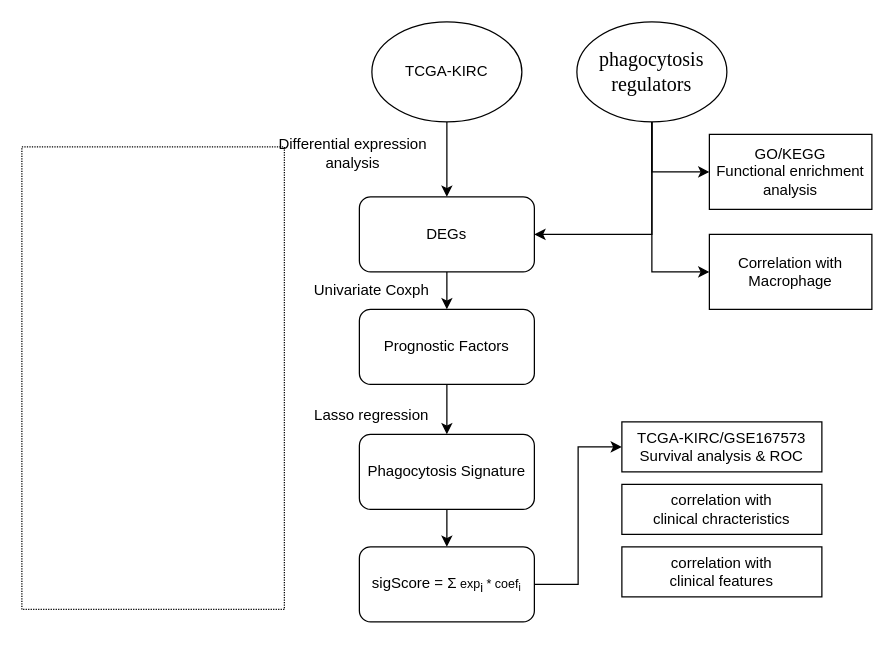
Above: Untitled Diagram.drawio in gnilihzeux/Bioinformatics_Pipeline (draw.io), before the change. Source tidied: cells renumbered, new cells numbered last; positions are measured from the earlier drawing's top-left corner, leaving out a move shared by most shapes. Both pictures are drawn from the tidied source at 125%, with x=0, y=0 at pixel (21, 21).
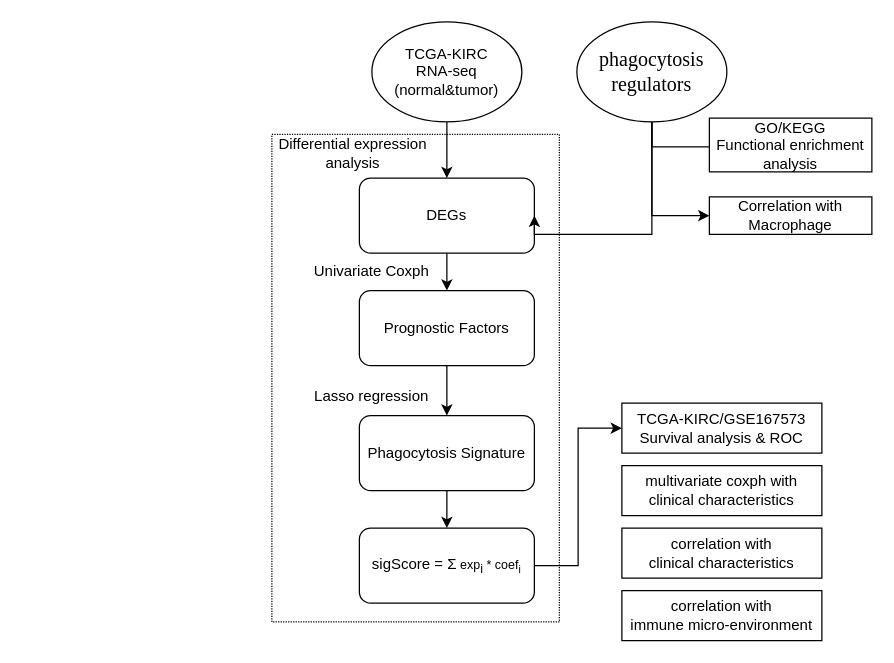
The same diagram, later.

What changed in the source:
```diff
@@
-    <mxCell id="3" value="TCGA-KIRC" style="ellipse;whiteSpace=wrap;html=1;" parent="1" vertex="1">
+    <mxCell id="3" value="TCGA-KIRC&lt;br&gt;RNA-seq&lt;br&gt;(normal&amp;amp;tumor)" style="ellipse;whiteSpace=wrap;html=1;" parent="1" vertex="1">
       <mxGeometry x="280" width="120" height="80" as="geometry" />
     </mxCell>
@@
     <mxCell id="5" value="DEGs" style="rounded=1;whiteSpace=wrap;html=1;" parent="1" vertex="1">
-      <mxGeometry x="270" y="140" width="140" height="60" as="geometry" />
+      <mxGeometry x="270" y="125" width="140" height="60" as="geometry" />
     </mxCell>
@@
     <mxCell id="11" value="Prognostic Factors&lt;br&gt;" style="rounded=1;whiteSpace=wrap;html=1;" parent="1" vertex="1">
-      <mxGeometry x="270" y="230" width="140" height="60" as="geometry" />
+      <mxGeometry x="270" y="215" width="140" height="60" as="geometry" />
     </mxCell>
@@
     <mxCell id="13" value="Phagocytosis Signature" style="whiteSpace=wrap;html=1;rounded=1;" parent="1" vertex="1">
-      <mxGeometry x="270" y="330" width="140" height="60" as="geometry" />
+      <mxGeometry x="270" y="315" width="140" height="60" as="geometry" />
     </mxCell>
@@
     <mxCell id="15" value="Univariate Coxph" style="text;html=1;strokeColor=none;fillColor=none;align=center;verticalAlign=middle;whiteSpace=wrap;rounded=0;" parent="1" vertex="1">
-      <mxGeometry x="230" y="200" width="100" height="30" as="geometry" />
+      <mxGeometry x="230" y="185" width="100" height="30" as="geometry" />
     </mxCell>
     <mxCell id="16" value="GO/KEGG&lt;br&gt;Functional enrichment analysis" style="whiteSpace=wrap;html=1;" parent="1" vertex="1">
-      <mxGeometry x="550" y="90" width="130" height="60" as="geometry" />
+      <mxGeometry x="550" y="77" width="130" height="43" as="geometry" />
     </mxCell>
     <mxCell id="17" value="Correlation with&lt;br&gt;Macrophage" style="whiteSpace=wrap;html=1;" parent="1" vertex="1">
-      <mxGeometry x="550" y="170" width="130" height="60" as="geometry" />
+      <mxGeometry x="550" y="140" width="130" height="30" as="geometry" />
     </mxCell>
     <mxCell id="18" value="Lasso regression" style="text;html=1;strokeColor=none;fillColor=none;align=center;verticalAlign=middle;whiteSpace=wrap;rounded=0;" parent="1" vertex="1">
-      <mxGeometry x="230" y="300" width="100" height="30" as="geometry" />
+      <mxGeometry x="230" y="285" width="100" height="30" as="geometry" />
     </mxCell>
@@
     <mxCell id="20" value="sigScore = Σ&lt;span style=&quot;font-size: 10px&quot;&gt;&amp;nbsp;&lt;/span&gt;&lt;span style=&quot;font-size: 10px&quot;&gt;exp&lt;/span&gt;&lt;sub&gt;i&amp;nbsp;&lt;/sub&gt;&lt;span style=&quot;font-size: 10px&quot;&gt;* coef&lt;sub&gt;i&lt;/sub&gt;&lt;/span&gt;" style="whiteSpace=wrap;html=1;rounded=1;" parent="1" vertex="1">
-      <mxGeometry x="270" y="420" width="140" height="60" as="geometry" />
+      <mxGeometry x="270" y="405" width="140" height="60" as="geometry" />
     </mxCell>
@@
     <mxCell id="22" style="rounded=0;whiteSpace=wrap;html=1;fillColor=none;dashed=1;dashPattern=1 1;" parent="1" vertex="1">
-      <mxGeometry y="100" width="210" height="370" as="geometry" />
+      <mxGeometry x="200" y="90" width="230" height="390" as="geometry" />
     </mxCell>
     <mxCell id="23" value="TCGA-KIRC/GSE167573&lt;br&gt;Survival analysis &amp;amp; ROC" style="rounded=0;whiteSpace=wrap;html=1;fillColor=none;" parent="1" vertex="1">
-      <mxGeometry x="480" y="320" width="160" height="40" as="geometry" />
+      <mxGeometry x="480" y="305" width="160" height="40" as="geometry" />
     </mxCell>
-    <mxCell id="24" value="correlation with&lt;br&gt;clinical chracteristics" style="rounded=0;whiteSpace=wrap;html=1;fillColor=none;" parent="1" vertex="1">
-      <mxGeometry x="480" y="370" width="160" height="40" as="geometry" />
+    <mxCell id="24" value="correlation with&lt;br&gt;clinical characteristics" style="rounded=0;whiteSpace=wrap;html=1;fillColor=none;" parent="1" vertex="1">
+      <mxGeometry x="480" y="405" width="160" height="40" as="geometry" />
     </mxCell>
-    <mxCell id="25" value="correlation with&lt;br&gt;clinical features" style="rounded=0;whiteSpace=wrap;html=1;fillColor=none;" parent="1" vertex="1">
-      <mxGeometry x="480" y="420" width="160" height="40" as="geometry" />
+    <mxCell id="25" value="multivariate coxph with&lt;br&gt;clinical characteristics" style="rounded=0;whiteSpace=wrap;html=1;fillColor=none;" parent="1" vertex="1">
+      <mxGeometry x="480" y="355" width="160" height="40" as="geometry" />
     </mxCell>
+    <mxCell id="26" value="correlation with&lt;br&gt;immune micro-environment" style="rounded=0;whiteSpace=wrap;html=1;fillColor=none;" parent="1" vertex="1">
+      <mxGeometry x="480" y="455" width="160" height="40" as="geometry" />
+    </mxCell>
```
